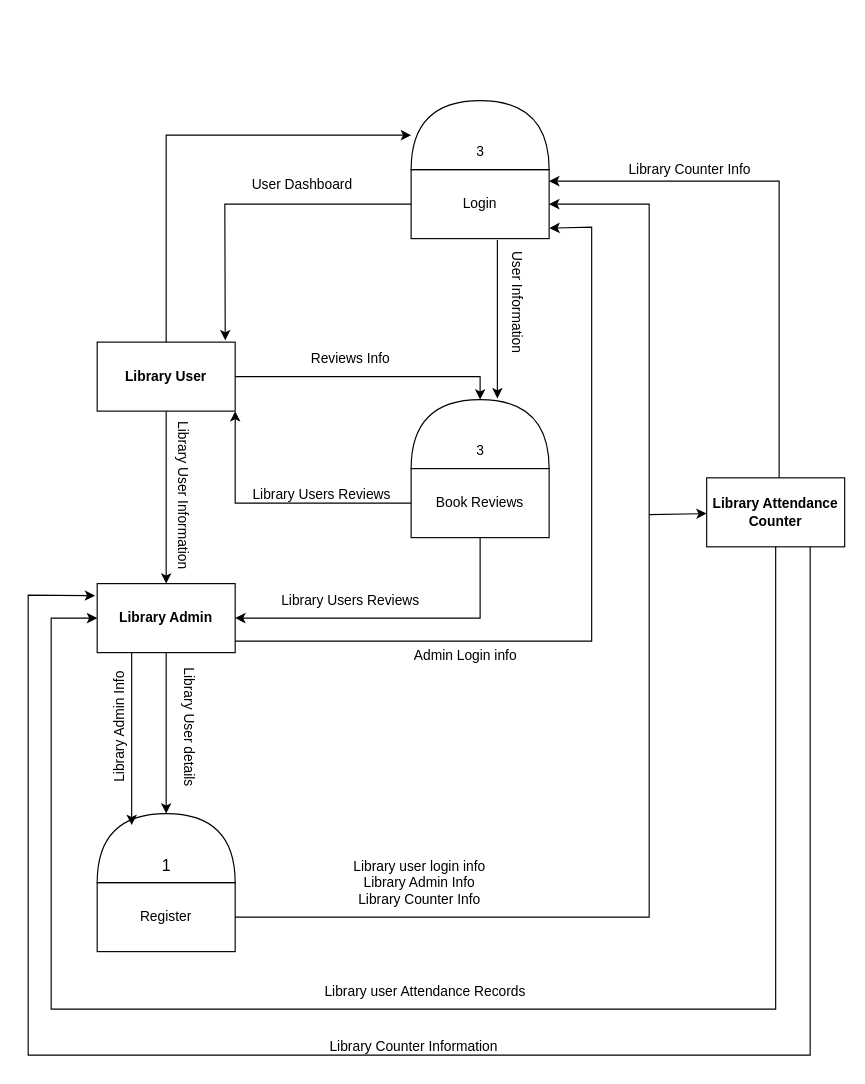
carmelooo1/capstone_docs keeps this draw.io diagram as Untitled Diagram.drawio. Above is the earlier version. Source tidied: cells renumbered, new cells numbered last; positions are measured from the earlier drawing's top-left corner, leaving out a move shared by most shapes. Both pictures are drawn from the tidied source at 115%, with x=0, y=0 at pixel (28, 66).
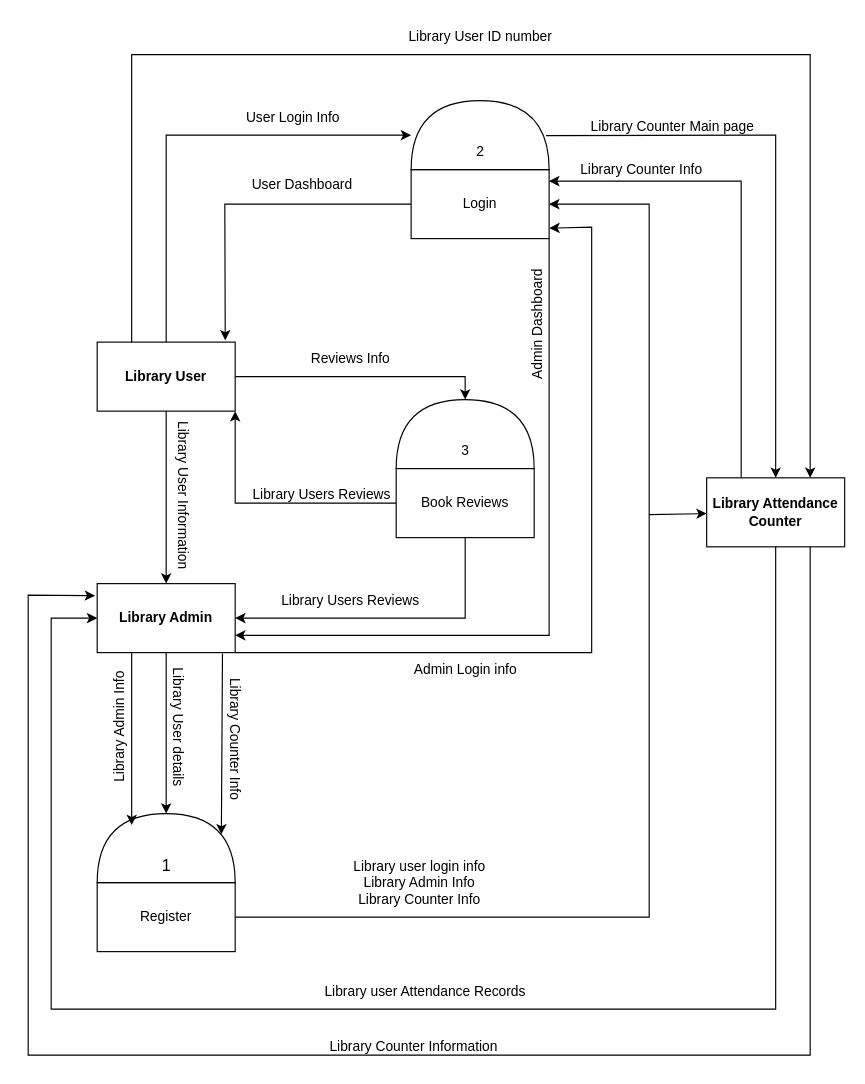
After the change.

Unchanged cells that the change refers to:
```xml
<mxCell id="2" value="&lt;b&gt;Library User&lt;/b&gt;" style="rounded=0;whiteSpace=wrap;html=1;" parent="1" vertex="1">
  <mxGeometry x="60" y="240" width="120" height="60" as="geometry" />
</mxCell>
<mxCell id="3" value="&lt;b&gt;Library Attendance&lt;br&gt;Counter&lt;/b&gt;" style="rounded=0;whiteSpace=wrap;html=1;" parent="1" vertex="1">
  <mxGeometry x="590" y="358" width="120" height="60" as="geometry" />
</mxCell>
<mxCell id="4" value="&lt;b&gt;Library Admin&lt;/b&gt;" style="rounded=0;whiteSpace=wrap;html=1;" parent="1" vertex="1">
  <mxGeometry x="60" y="450" width="120" height="60" as="geometry" />
</mxCell>
<mxCell id="6" style="shape=or;whiteSpace=wrap;html=1;rotation=-90;" parent="5" vertex="1">
  <mxGeometry x="30" y="-30" width="60" height="120" as="geometry" />
</mxCell>
<mxCell id="7" value="Book Reviews" style="rounded=0;whiteSpace=wrap;html=1;" parent="5" vertex="1">
  <mxGeometry y="60" width="120" height="60" as="geometry" />
</mxCell>
<mxCell id="11" style="shape=or;whiteSpace=wrap;html=1;rotation=-90;" parent="9" vertex="1">
  <mxGeometry x="30" y="-30" width="60" height="120" as="geometry" />
</mxCell>
<mxCell id="13" style="group;" parent="1" vertex="1">
  <mxGeometry x="333" y="30" width="120" height="120" as="geometry" />
</mxCell>
<mxCell id="14" value="Login" style="rounded=0;whiteSpace=wrap;html=1;" parent="13" vertex="1">
  <mxGeometry y="60" width="120" height="60" as="geometry" />
</mxCell>
<mxCell id="15" style="shape=or;whiteSpace=wrap;html=1;rotation=-90;" parent="13" vertex="1">
  <mxGeometry x="30" y="-30" width="60" height="120" as="geometry" />
</mxCell>
```

Change to the diagram source:
```diff
@@
     <mxCell id="5" style="group;" parent="1" vertex="1">
-      <mxGeometry x="333" y="290" width="120" height="120" as="geometry" />
+      <mxGeometry x="320" y="290" width="120" height="120" as="geometry" />
     </mxCell>
@@
-    <mxCell id="16" value="3" style="text;html=1;align=center;verticalAlign=middle;strokeColor=none;fillColor=none;" parent="13" vertex="1">
+    <mxCell id="16" value="2" style="text;html=1;align=center;verticalAlign=middle;strokeColor=none;fillColor=none;" parent="13" vertex="1">
       <mxGeometry x="45" y="30" width="30" height="30" as="geometry" />
     </mxCell>
@@
-    <mxCell id="20" style="endArrow=classic;html=1;rounded=0;exitX=0.625;exitY=1.02;exitDx=0;exitDy=0;exitPerimeter=0;entryX=1.017;entryY=0.625;entryDx=0;entryDy=0;entryPerimeter=0;" parent="1" edge="1" source="14" target="6">
-      <mxGeometry relative="1" as="geometry" />
-    </mxCell>
     <mxCell id="21" style="endArrow=classic;html=1;rounded=0;" parent="1" edge="1" source="7" target="4">
       <mxGeometry relative="1" as="geometry">
         <Array as="points">
-          <mxPoint x="393" y="480" />
+          <mxPoint x="380" y="480" />
         </Array>
       </mxGeometry>
     </mxCell>
     <mxCell id="22" style="endArrow=classic;html=1;rounded=0;" parent="1" edge="1" source="2" target="6">
       <mxGeometry relative="1" as="geometry">
         <Array as="points">
-          <mxPoint x="393" y="270" />
+          <mxPoint x="380" y="270" />
         </Array>
       </mxGeometry>
     </mxCell>
@@
-    <mxCell id="27" value="User Information" style="text;html=1;align=center;verticalAlign=middle;strokeColor=none;fillColor=none;rotation=90;" parent="1" vertex="1">
-      <mxGeometry x="370" y="190" width="110" height="30" as="geometry" />
-    </mxCell>
@@
     <mxCell id="29" value="Library User details" style="text;html=1;align=center;verticalAlign=middle;whiteSpace=wrap;rounded=0;rotation=90;" parent="1" vertex="1">
-      <mxGeometry x="70" y="560" width="140" height="30" as="geometry" />
+      <mxGeometry x="60" y="560" width="140" height="30" as="geometry" />
     </mxCell>
@@
-    <mxCell id="35" style="endArrow=classic;html=1;rounded=0;entryX=0.975;entryY=0.167;entryDx=0;entryDy=0;entryPerimeter=0;" parent="1" edge="1">
+    <mxCell id="35" style="endArrow=classic;html=1;rounded=0;entryX=0.975;entryY=0.167;entryDx=0;entryDy=0;entryPerimeter=0;exitX=0.25;exitY=0;exitDx=0;exitDy=0;" parent="1" edge="1" source="3">
       <mxGeometry relative="1" as="geometry">
-        <mxPoint x="653" y="358" as="sourcePoint" />
         <mxPoint x="453" y="100" as="targetPoint" />
         <Array as="points">
-          <mxPoint x="653" y="100" />
+          <mxPoint x="620" y="100" />
         </Array>
       </mxGeometry>
     </mxCell>
     <mxCell id="36" value="Library Counter Info" style="text;html=1;align=center;verticalAlign=middle;strokeColor=none;fillColor=none;" parent="1" vertex="1">
-      <mxGeometry x="510" y="75" width="130" height="30" as="geometry" />
+      <mxGeometry x="468" y="75" width="130" height="30" as="geometry" />
     </mxCell>
@@
-    <mxCell id="41" style="endArrow=classic;html=1;rounded=0;exitX=1;exitY=1;exitDx=0;exitDy=0;entryX=1.002;entryY=0.848;entryDx=0;entryDy=0;entryPerimeter=0;" parent="1" edge="1" target="14">
+    <mxCell id="41" style="endArrow=classic;html=1;rounded=0;exitX=1;exitY=1;exitDx=0;exitDy=0;entryX=1.002;entryY=0.848;entryDx=0;entryDy=0;entryPerimeter=0;" parent="1" edge="1" source="4" target="14">
       <mxGeometry relative="1" as="geometry">
-        <mxPoint x="180" y="500" as="sourcePoint" />
         <Array as="points">
-          <mxPoint x="490" y="500" />
+          <mxPoint x="490" y="510" />
           <mxPoint x="490" y="140" />
         </Array>
       </mxGeometry>
     </mxCell>
     <mxCell id="42" value="Admin Login info" style="text;html=1;align=center;verticalAlign=middle;strokeColor=none;fillColor=none;" parent="1" vertex="1">
-      <mxGeometry x="325" y="498" width="110" height="30" as="geometry" />
+      <mxGeometry x="325" y="510" width="110" height="30" as="geometry" />
     </mxCell>
@@
+    <mxCell id="45" value="User Login Info" style="text;html=1;align=center;verticalAlign=middle;strokeColor=none;fillColor=none;" parent="1" vertex="1">
+      <mxGeometry x="180" y="30" width="100" height="30" as="geometry" />
+    </mxCell>
+    <mxCell id="46" style="endArrow=classic;html=1;rounded=0;exitX=0.908;exitY=1.012;exitDx=0;exitDy=0;exitPerimeter=0;entryX=0.7;entryY=0.9;entryDx=0;entryDy=0;entryPerimeter=0;" parent="1" edge="1" source="4" target="11">
+      <mxGeometry relative="1" as="geometry" />
+    </mxCell>
+    <mxCell id="47" value="Library Counter Info" style="text;html=1;align=center;verticalAlign=middle;strokeColor=none;fillColor=none;rotation=90;" parent="1" vertex="1">
+      <mxGeometry x="115" y="570" width="130" height="30" as="geometry" />
+    </mxCell>
+    <mxCell id="48" style="endArrow=classic;html=1;rounded=0;exitX=0.25;exitY=0;exitDx=0;exitDy=0;entryX=0.75;entryY=0;entryDx=0;entryDy=0;" parent="1" edge="1" source="2" target="3">
+      <mxGeometry relative="1" as="geometry">
+        <Array as="points">
+          <mxPoint x="90" y="-10" />
+          <mxPoint x="680" y="-10" />
+        </Array>
+      </mxGeometry>
+    </mxCell>
+    <mxCell id="49" value="Library User ID number" style="text;html=1;align=center;verticalAlign=middle;strokeColor=none;fillColor=none;" parent="1" vertex="1">
+      <mxGeometry x="318" y="-40" width="150" height="30" as="geometry" />
+    </mxCell>
+    <mxCell id="50" style="endArrow=classic;html=1;rounded=0;entryX=0.5;entryY=0;entryDx=0;entryDy=0;exitX=0.493;exitY=0.978;exitDx=0;exitDy=0;exitPerimeter=0;" parent="1" edge="1" source="15" target="3">
+      <mxGeometry relative="1" as="geometry">
+        <Array as="points">
+          <mxPoint x="650" y="60" />
+        </Array>
+      </mxGeometry>
+    </mxCell>
+    <mxCell id="51" value="Library Counter Main page" style="text;html=1;align=center;verticalAlign=middle;strokeColor=none;fillColor=none;" parent="1" vertex="1">
+      <mxGeometry x="475" y="38" width="170" height="30" as="geometry" />
+    </mxCell>
+    <mxCell id="52" style="endArrow=classic;html=1;rounded=0;exitX=1;exitY=1;exitDx=0;exitDy=0;entryX=1;entryY=0.75;entryDx=0;entryDy=0;" parent="1" edge="1" source="14" target="4">
+      <mxGeometry relative="1" as="geometry">
+        <Array as="points">
+          <mxPoint x="453" y="495" />
+        </Array>
+      </mxGeometry>
+    </mxCell>
+    <mxCell id="53" value="Admin Dashboard" style="text;html=1;align=center;verticalAlign=middle;strokeColor=none;fillColor=none;rotation=-90;" parent="1" vertex="1">
+      <mxGeometry x="383" y="210" width="120" height="30" as="geometry" />
+    </mxCell>
```
